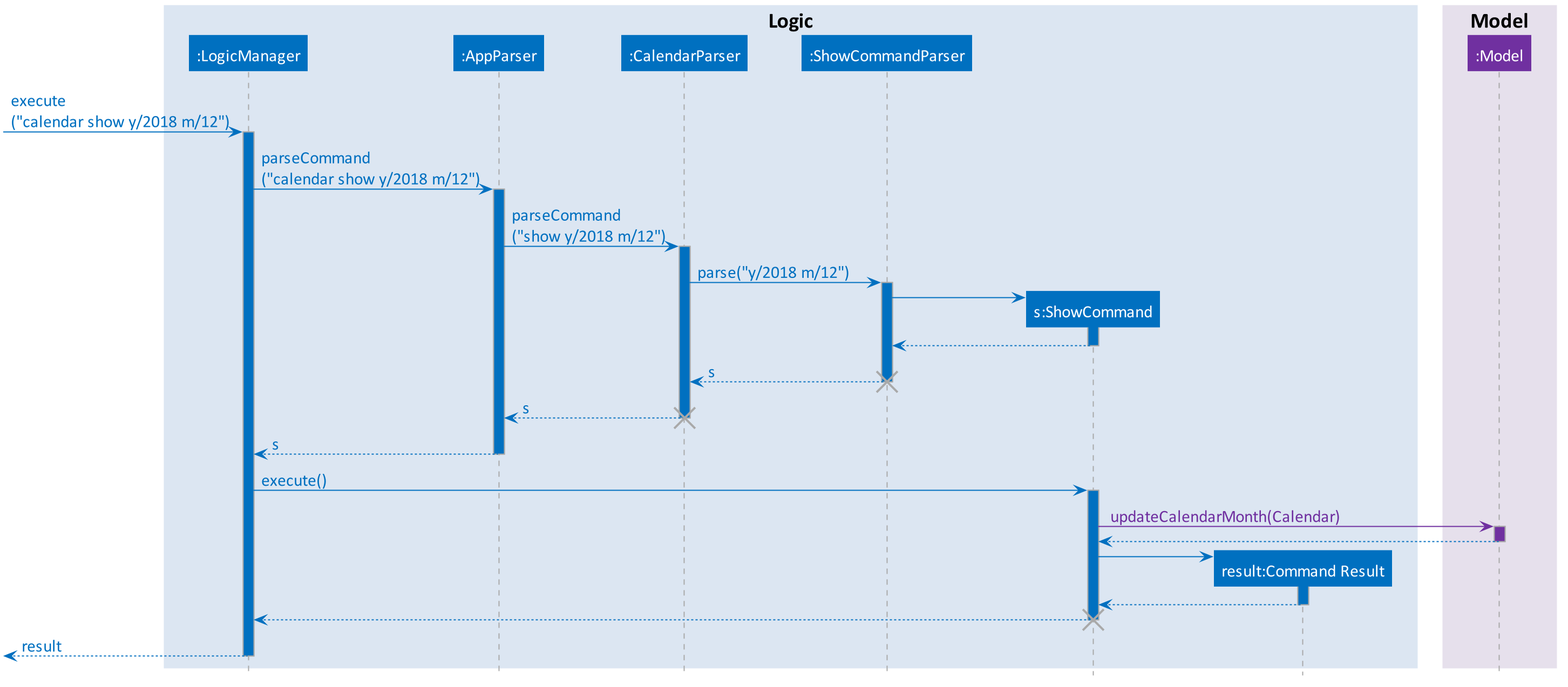
Before: docs/images/CalendarShowCommandSequence.png, a diagram exported from PlantUML (CS2103-AY1819S1-T09-1/main).
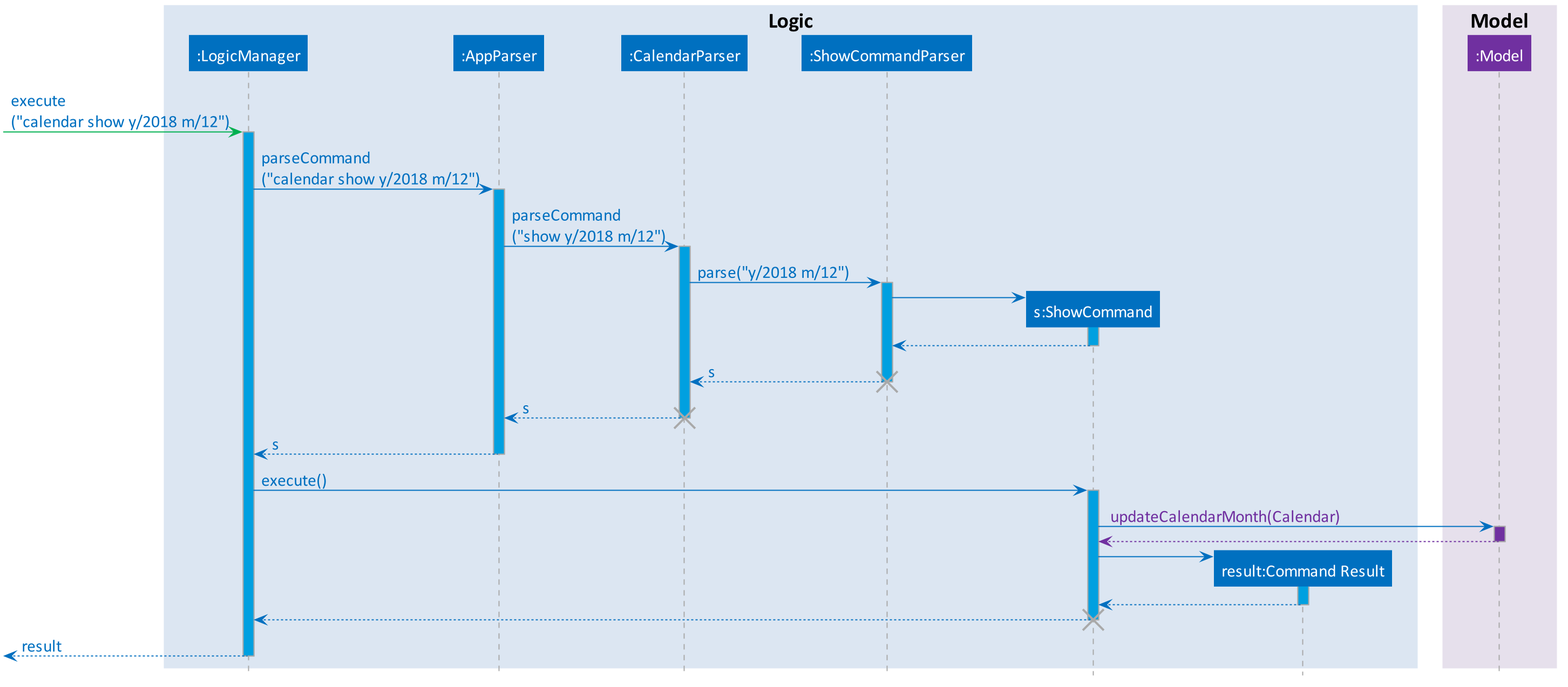
The same diagram one commit later.

What changed in the source:
```diff
@@ -11,6 +11,9 @@
     BoxBorderColor transparent
     BoxFontSize 20
 
+    ParticipantBorderColor<<ui>> #00B050
+    ParticipantBackgroundColor<<ui>> #00B050
+
     ParticipantBorderColor<<logic>> #0070C0
     ParticipantBackgroundColor<<logic>> #0070C0
 
@@ -18,7 +21,7 @@
     ParticipantBackgroundColor<<model>> #7030A0
 
     LifeLineBorderColor DarkGrey
-    LifeLineBackgroundColor #0070C0
+    LifeLineBackgroundColor #00A0E0
     ParticipantFontColor #FFFFFF
 
     ArrowColor #0070C0
@@ -39,7 +42,7 @@
 end box
 
 hide footbox
-[-> logicManager: execute\n("calendar show y/2018 m/12")
+[-[#00B050]> logicManager: execute\n("calendar show y/2018 m/12")
 activate logicManager
 logicManager -> appParser: parseCommand\n("calendar show y/2018 m/12")
 activate appParser
@@ -60,9 +63,9 @@
 deactivate appParser
 logicManager -> showCommand: execute()
 activate showCommand
-showCommand -[#7030A0]> model : <color:#7030A0> updateCalendarMonth(Calendar)
+showCommand -> model : <color:#7030A0> updateCalendarMonth(Calendar)
 activate model #7030A0
-model --> showCommand
+model --[#7030A0]> showCommand
 deactivate model
 create result
 showCommand -> result
```
